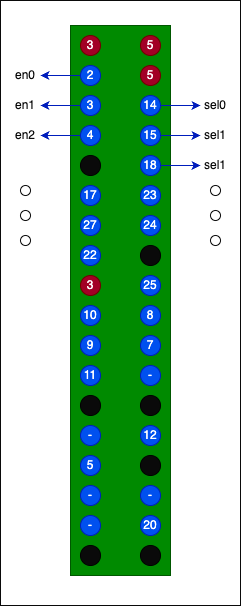
jesseboth/USB-Power-Commander keeps this draw.io diagram as Design/pi-pinout.png. Above is the earlier version. Source tidied: cells renumbered, new cells last; positions are measured from the earlier drawing's top-left corner, leaving out a move shared by most shapes. The source it was exported from:
```xml
<mxGraphModel>
  <root>
    <mxCell id="0" />
    <mxCell id="1" parent="0" />
    <mxCell id="2" style="rounded=0;whiteSpace=wrap;html=1;strokeColor=#0A0A0A;fillColor=#FFFFFF;" parent="1" vertex="1">
      <mxGeometry width="240" height="605" as="geometry" />
    </mxCell>
    <mxCell id="3" style="rounded=0;whiteSpace=wrap;html=1;fillColor=#008a00;fontColor=#ffffff;strokeColor=#005700;" parent="1" vertex="1">
      <mxGeometry x="70" y="25" width="100" height="550" as="geometry" />
    </mxCell>
    <mxCell id="4" value="3" style="ellipse;whiteSpace=wrap;html=1;fillColor=#a20025;fontColor=#ffffff;strokeColor=#6F0000;" parent="1" vertex="1">
      <mxGeometry x="80" y="35" width="20" height="20" as="geometry" />
    </mxCell>
    <mxCell id="5" style="edgeStyle=none;html=1;exitX=0;exitY=0.5;exitDx=0;exitDy=0;fontColor=#0A0A0A;fillColor=#0050ef;strokeColor=#001DBC;" parent="1" edge="1" source="6" target="44">
      <mxGeometry relative="1" as="geometry" />
    </mxCell>
    <mxCell id="6" value="2" style="ellipse;whiteSpace=wrap;html=1;fillColor=#0050ef;fontColor=#ffffff;strokeColor=#001DBC;" parent="1" vertex="1">
      <mxGeometry x="80" y="65" width="20" height="20" as="geometry" />
    </mxCell>
    <mxCell id="7" style="edgeStyle=none;html=1;entryX=1;entryY=0.5;entryDx=0;entryDy=0;fontColor=#0A0A0A;fillColor=#0050ef;strokeColor=#001DBC;" parent="1" edge="1" source="8" target="48">
      <mxGeometry relative="1" as="geometry" />
    </mxCell>
    <mxCell id="8" value="4" style="ellipse;whiteSpace=wrap;html=1;fillColor=#0050ef;fontColor=#ffffff;strokeColor=#001DBC;" parent="1" vertex="1">
      <mxGeometry x="80" y="125" width="20" height="20" as="geometry" />
    </mxCell>
    <mxCell id="9" style="ellipse;whiteSpace=wrap;html=1;fillColor=#0A0A0A;" parent="1" vertex="1">
      <mxGeometry x="80" y="155" width="20" height="20" as="geometry" />
    </mxCell>
    <mxCell id="10" value="17" style="ellipse;whiteSpace=wrap;html=1;fillColor=#0050ef;fontColor=#ffffff;strokeColor=#001DBC;" parent="1" vertex="1">
      <mxGeometry x="80" y="185" width="20" height="20" as="geometry" />
    </mxCell>
    <mxCell id="11" value="27" style="ellipse;whiteSpace=wrap;html=1;fillColor=#0050ef;fontColor=#ffffff;strokeColor=#001DBC;" parent="1" vertex="1">
      <mxGeometry x="80" y="215" width="20" height="20" as="geometry" />
    </mxCell>
    <mxCell id="12" value="22" style="ellipse;whiteSpace=wrap;html=1;fillColor=#0050ef;fontColor=#ffffff;strokeColor=#001DBC;" parent="1" vertex="1">
      <mxGeometry x="80" y="245" width="20" height="20" as="geometry" />
    </mxCell>
    <mxCell id="13" value="3" style="ellipse;whiteSpace=wrap;html=1;fillColor=#a20025;fontColor=#ffffff;strokeColor=#6F0000;" parent="1" vertex="1">
      <mxGeometry x="80" y="275" width="20" height="20" as="geometry" />
    </mxCell>
    <mxCell id="14" value="10" style="ellipse;whiteSpace=wrap;html=1;fillColor=#0050ef;fontColor=#ffffff;strokeColor=#001DBC;" parent="1" vertex="1">
      <mxGeometry x="80" y="305" width="20" height="20" as="geometry" />
    </mxCell>
    <mxCell id="15" value="9" style="ellipse;whiteSpace=wrap;html=1;fillColor=#0050ef;fontColor=#ffffff;strokeColor=#001DBC;" parent="1" vertex="1">
      <mxGeometry x="80" y="335" width="20" height="20" as="geometry" />
    </mxCell>
    <mxCell id="16" value="11" style="ellipse;whiteSpace=wrap;html=1;fillColor=#0050ef;fontColor=#ffffff;strokeColor=#001DBC;" parent="1" vertex="1">
      <mxGeometry x="80" y="365" width="20" height="20" as="geometry" />
    </mxCell>
    <mxCell id="17" style="ellipse;whiteSpace=wrap;html=1;fillColor=#0A0A0A;" parent="1" vertex="1">
      <mxGeometry x="80" y="395" width="20" height="20" as="geometry" />
    </mxCell>
    <mxCell id="18" value="-" style="ellipse;whiteSpace=wrap;html=1;fillColor=#0050ef;fontColor=#ffffff;strokeColor=#001DBC;" parent="1" vertex="1">
      <mxGeometry x="80" y="425" width="20" height="20" as="geometry" />
    </mxCell>
    <mxCell id="19" value="5" style="ellipse;whiteSpace=wrap;html=1;fillColor=#0050ef;fontColor=#ffffff;strokeColor=#001DBC;" parent="1" vertex="1">
      <mxGeometry x="80" y="455" width="20" height="20" as="geometry" />
    </mxCell>
    <mxCell id="20" value="-" style="ellipse;whiteSpace=wrap;html=1;fillColor=#0050ef;fontColor=#ffffff;strokeColor=#001DBC;" parent="1" vertex="1">
      <mxGeometry x="80" y="485" width="20" height="20" as="geometry" />
    </mxCell>
    <mxCell id="21" value="-" style="ellipse;whiteSpace=wrap;html=1;fillColor=#0050ef;fontColor=#ffffff;strokeColor=#001DBC;" parent="1" vertex="1">
      <mxGeometry x="80" y="515" width="20" height="20" as="geometry" />
    </mxCell>
    <mxCell id="22" style="ellipse;whiteSpace=wrap;html=1;fillColor=#0A0A0A;" parent="1" vertex="1">
      <mxGeometry x="80" y="545" width="20" height="20" as="geometry" />
    </mxCell>
    <mxCell id="23" value="5" style="ellipse;whiteSpace=wrap;html=1;fillColor=#a20025;fontColor=#ffffff;strokeColor=#6F0000;" parent="1" vertex="1">
      <mxGeometry x="140" y="35" width="20" height="20" as="geometry" />
    </mxCell>
    <mxCell id="24" style="edgeStyle=none;html=1;entryX=0;entryY=0.5;entryDx=0;entryDy=0;labelBackgroundColor=#41384d;fillColor=#0050ef;strokeColor=#001DBC;" parent="1" edge="1" source="25" target="45">
      <mxGeometry relative="1" as="geometry" />
    </mxCell>
    <mxCell id="25" value="14" style="ellipse;whiteSpace=wrap;html=1;fillColor=#0050ef;fontColor=#ffffff;strokeColor=#001DBC;" parent="1" vertex="1">
      <mxGeometry x="140" y="95" width="20" height="20" as="geometry" />
    </mxCell>
    <mxCell id="26" style="edgeStyle=none;html=1;entryX=0;entryY=0.5;entryDx=0;entryDy=0;fillColor=#0050ef;strokeColor=#001DBC;" parent="1" edge="1" source="27" target="47">
      <mxGeometry relative="1" as="geometry" />
    </mxCell>
    <mxCell id="27" value="15" style="ellipse;whiteSpace=wrap;html=1;fillColor=#0050ef;fontColor=#ffffff;strokeColor=#001DBC;" parent="1" vertex="1">
      <mxGeometry x="140" y="125" width="20" height="20" as="geometry" />
    </mxCell>
    <mxCell id="28" style="edgeStyle=none;html=1;entryX=0;entryY=0.5;entryDx=0;entryDy=0;fillColor=#0050ef;strokeColor=#001DBC;" parent="1" edge="1" source="29" target="49">
      <mxGeometry relative="1" as="geometry" />
    </mxCell>
    <mxCell id="29" value="18" style="ellipse;whiteSpace=wrap;html=1;fillColor=#0050ef;fontColor=#ffffff;strokeColor=#001DBC;" parent="1" vertex="1">
      <mxGeometry x="140" y="155" width="20" height="20" as="geometry" />
    </mxCell>
    <mxCell id="30" value="23" style="ellipse;whiteSpace=wrap;html=1;fillColor=#0050ef;fontColor=#ffffff;strokeColor=#001DBC;" parent="1" vertex="1">
      <mxGeometry x="140" y="185" width="20" height="20" as="geometry" />
    </mxCell>
    <mxCell id="31" value="24" style="ellipse;whiteSpace=wrap;html=1;fillColor=#0050ef;fontColor=#ffffff;strokeColor=#001DBC;" parent="1" vertex="1">
      <mxGeometry x="140" y="215" width="20" height="20" as="geometry" />
    </mxCell>
    <mxCell id="32" style="ellipse;whiteSpace=wrap;html=1;fillColor=#0A0A0A;" parent="1" vertex="1">
      <mxGeometry x="140" y="245" width="20" height="20" as="geometry" />
    </mxCell>
    <mxCell id="33" value="25" style="ellipse;whiteSpace=wrap;html=1;fillColor=#0050ef;fontColor=#ffffff;strokeColor=#001DBC;" parent="1" vertex="1">
      <mxGeometry x="140" y="275" width="20" height="20" as="geometry" />
    </mxCell>
    <mxCell id="34" value="8" style="ellipse;whiteSpace=wrap;html=1;fillColor=#0050ef;fontColor=#ffffff;strokeColor=#001DBC;" parent="1" vertex="1">
      <mxGeometry x="140" y="305" width="20" height="20" as="geometry" />
    </mxCell>
    <mxCell id="35" value="7" style="ellipse;whiteSpace=wrap;html=1;fillColor=#0050ef;fontColor=#ffffff;strokeColor=#001DBC;" parent="1" vertex="1">
      <mxGeometry x="140" y="335" width="20" height="20" as="geometry" />
    </mxCell>
    <mxCell id="36" value="-" style="ellipse;whiteSpace=wrap;html=1;fillColor=#0050ef;fontColor=#ffffff;strokeColor=#001DBC;" parent="1" vertex="1">
      <mxGeometry x="140" y="365" width="20" height="20" as="geometry" />
    </mxCell>
    <mxCell id="37" style="ellipse;whiteSpace=wrap;html=1;fillColor=#0A0A0A;" parent="1" vertex="1">
      <mxGeometry x="140" y="395" width="20" height="20" as="geometry" />
    </mxCell>
    <mxCell id="38" value="12" style="ellipse;whiteSpace=wrap;html=1;fillColor=#0050ef;fontColor=#ffffff;strokeColor=#001DBC;" parent="1" vertex="1">
      <mxGeometry x="140" y="425" width="20" height="20" as="geometry" />
    </mxCell>
    <mxCell id="39" style="ellipse;whiteSpace=wrap;html=1;fillColor=#0A0A0A;" parent="1" vertex="1">
      <mxGeometry x="140" y="455" width="20" height="20" as="geometry" />
    </mxCell>
    <mxCell id="40" value="-" style="ellipse;whiteSpace=wrap;html=1;fillColor=#0050ef;fontColor=#ffffff;strokeColor=#001DBC;" parent="1" vertex="1">
      <mxGeometry x="140" y="485" width="20" height="20" as="geometry" />
    </mxCell>
    <mxCell id="41" value="20" style="ellipse;whiteSpace=wrap;html=1;fillColor=#0050ef;fontColor=#ffffff;strokeColor=#001DBC;" parent="1" vertex="1">
      <mxGeometry x="140" y="515" width="20" height="20" as="geometry" />
    </mxCell>
    <mxCell id="42" style="ellipse;whiteSpace=wrap;html=1;fillColor=#0A0A0A;" parent="1" vertex="1">
      <mxGeometry x="140" y="545" width="20" height="20" as="geometry" />
    </mxCell>
    <mxCell id="43" value="5" style="ellipse;whiteSpace=wrap;html=1;fillColor=#a20025;fontColor=#ffffff;strokeColor=#6F0000;" parent="1" vertex="1">
      <mxGeometry x="140" y="65" width="20" height="20" as="geometry" />
    </mxCell>
    <mxCell id="44" value="en0" style="text;html=1;align=center;verticalAlign=middle;whiteSpace=wrap;rounded=0;fontColor=#0A0A0A;" parent="1" vertex="1">
      <mxGeometry x="10" y="60" width="30" height="30" as="geometry" />
    </mxCell>
    <mxCell id="45" value="sel0" style="text;html=1;strokeColor=none;fillColor=none;align=center;verticalAlign=middle;whiteSpace=wrap;rounded=0;fontColor=#0A0A0A;" parent="1" vertex="1">
      <mxGeometry x="200" y="90" width="30" height="30" as="geometry" />
    </mxCell>
    <mxCell id="46" value="en1" style="text;html=1;align=center;verticalAlign=middle;whiteSpace=wrap;rounded=0;fontColor=#0A0A0A;" parent="1" vertex="1">
      <mxGeometry x="10" y="90" width="30" height="30" as="geometry" />
    </mxCell>
    <mxCell id="47" value="sel1" style="text;html=1;strokeColor=none;fillColor=none;align=center;verticalAlign=middle;whiteSpace=wrap;rounded=0;fontColor=#0A0A0A;" parent="1" vertex="1">
      <mxGeometry x="200" y="120" width="30" height="30" as="geometry" />
    </mxCell>
    <mxCell id="48" value="en2" style="text;html=1;align=center;verticalAlign=middle;whiteSpace=wrap;rounded=0;fontColor=#0A0A0A;" parent="1" vertex="1">
      <mxGeometry x="10" y="120" width="30" height="30" as="geometry" />
    </mxCell>
    <mxCell id="49" value="sel1" style="text;html=1;strokeColor=none;fillColor=none;align=center;verticalAlign=middle;whiteSpace=wrap;rounded=0;fontColor=#0A0A0A;" parent="1" vertex="1">
      <mxGeometry x="200" y="150" width="30" height="30" as="geometry" />
    </mxCell>
    <mxCell id="50" style="ellipse;whiteSpace=wrap;html=1;strokeColor=#0A0A0A;fillColor=#FFFFFF;" parent="1" vertex="1">
      <mxGeometry x="20" y="185" width="10" height="10" as="geometry" />
    </mxCell>
    <mxCell id="51" style="ellipse;whiteSpace=wrap;html=1;strokeColor=#0A0A0A;fillColor=#FFFFFF;" parent="1" vertex="1">
      <mxGeometry x="20" y="210" width="10" height="10" as="geometry" />
    </mxCell>
    <mxCell id="52" style="ellipse;whiteSpace=wrap;html=1;strokeColor=#0A0A0A;fillColor=#FFFFFF;" parent="1" vertex="1">
      <mxGeometry x="20" y="235" width="10" height="10" as="geometry" />
    </mxCell>
    <mxCell id="53" style="ellipse;whiteSpace=wrap;html=1;fillColor=#FFFFFF;strokeColor=#0A0A0A;" parent="1" vertex="1">
      <mxGeometry x="210" y="185" width="10" height="10" as="geometry" />
    </mxCell>
    <mxCell id="54" style="ellipse;whiteSpace=wrap;html=1;fillColor=#FFFFFF;strokeColor=#0A0A0A;" parent="1" vertex="1">
      <mxGeometry x="210" y="210" width="10" height="10" as="geometry" />
    </mxCell>
    <mxCell id="55" style="ellipse;whiteSpace=wrap;html=1;fillColor=#FFFFFF;strokeColor=#0A0A0A;" parent="1" vertex="1">
      <mxGeometry x="210" y="235" width="10" height="10" as="geometry" />
    </mxCell>
    <mxCell id="56" style="edgeStyle=none;html=1;entryX=1;entryY=0.5;entryDx=0;entryDy=0;fontColor=#0A0A0A;fillColor=#0050ef;strokeColor=#001DBC;" parent="1" edge="1" source="57" target="46">
      <mxGeometry relative="1" as="geometry" />
    </mxCell>
    <mxCell id="57" value="3" style="ellipse;whiteSpace=wrap;html=1;fillColor=#0050ef;fontColor=#ffffff;strokeColor=#001DBC;" parent="1" vertex="1">
      <mxGeometry x="80" y="95" width="20" height="20" as="geometry" />
    </mxCell>
  </root>
</mxGraphModel>
```
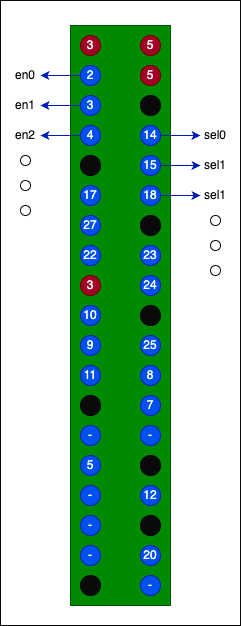
Later version of the same file.

What changed in the source:
```diff
@@ -3,10 +3,10 @@
     <mxCell id="0" />
     <mxCell id="1" parent="0" />
     <mxCell id="2" style="rounded=0;whiteSpace=wrap;html=1;strokeColor=#0A0A0A;fillColor=#FFFFFF;" parent="1" vertex="1">
-      <mxGeometry width="240" height="605" as="geometry" />
+      <mxGeometry width="240" height="625" as="geometry" />
     </mxCell>
     <mxCell id="3" style="rounded=0;whiteSpace=wrap;html=1;fillColor=#008a00;fontColor=#ffffff;strokeColor=#005700;" parent="1" vertex="1">
-      <mxGeometry x="70" y="25" width="100" height="550" as="geometry" />
+      <mxGeometry x="70" y="25" width="100" height="580" as="geometry" />
     </mxCell>
     <mxCell id="4" value="3" style="ellipse;whiteSpace=wrap;html=1;fillColor=#a20025;fontColor=#ffffff;strokeColor=#6F0000;" parent="1" vertex="1">
       <mxGeometry x="80" y="35" width="20" height="20" as="geometry" />
@@ -63,7 +63,7 @@
       <mxGeometry x="80" y="515" width="20" height="20" as="geometry" />
     </mxCell>
     <mxCell id="22" style="ellipse;whiteSpace=wrap;html=1;fillColor=#0A0A0A;" parent="1" vertex="1">
-      <mxGeometry x="80" y="545" width="20" height="20" as="geometry" />
+      <mxGeometry x="80" y="575" width="20" height="20" as="geometry" />
     </mxCell>
     <mxCell id="23" value="5" style="ellipse;whiteSpace=wrap;html=1;fillColor=#a20025;fontColor=#ffffff;strokeColor=#6F0000;" parent="1" vertex="1">
       <mxGeometry x="140" y="35" width="20" height="20" as="geometry" />
@@ -72,59 +72,56 @@
       <mxGeometry relative="1" as="geometry" />
     </mxCell>
     <mxCell id="25" value="14" style="ellipse;whiteSpace=wrap;html=1;fillColor=#0050ef;fontColor=#ffffff;strokeColor=#001DBC;" parent="1" vertex="1">
-      <mxGeometry x="140" y="95" width="20" height="20" as="geometry" />
+      <mxGeometry x="140" y="125" width="20" height="20" as="geometry" />
     </mxCell>
     <mxCell id="26" style="edgeStyle=none;html=1;entryX=0;entryY=0.5;entryDx=0;entryDy=0;fillColor=#0050ef;strokeColor=#001DBC;" parent="1" edge="1" source="27" target="47">
       <mxGeometry relative="1" as="geometry" />
     </mxCell>
     <mxCell id="27" value="15" style="ellipse;whiteSpace=wrap;html=1;fillColor=#0050ef;fontColor=#ffffff;strokeColor=#001DBC;" parent="1" vertex="1">
-      <mxGeometry x="140" y="125" width="20" height="20" as="geometry" />
+      <mxGeometry x="140" y="155" width="20" height="20" as="geometry" />
     </mxCell>
     <mxCell id="28" style="edgeStyle=none;html=1;entryX=0;entryY=0.5;entryDx=0;entryDy=0;fillColor=#0050ef;strokeColor=#001DBC;" parent="1" edge="1" source="29" target="49">
       <mxGeometry relative="1" as="geometry" />
     </mxCell>
     <mxCell id="29" value="18" style="ellipse;whiteSpace=wrap;html=1;fillColor=#0050ef;fontColor=#ffffff;strokeColor=#001DBC;" parent="1" vertex="1">
-      <mxGeometry x="140" y="155" width="20" height="20" as="geometry" />
+      <mxGeometry x="140" y="185" width="20" height="20" as="geometry" />
     </mxCell>
     <mxCell id="30" value="23" style="ellipse;whiteSpace=wrap;html=1;fillColor=#0050ef;fontColor=#ffffff;strokeColor=#001DBC;" parent="1" vertex="1">
-      <mxGeometry x="140" y="185" width="20" height="20" as="geometry" />
+      <mxGeometry x="140" y="245" width="20" height="20" as="geometry" />
     </mxCell>
     <mxCell id="31" value="24" style="ellipse;whiteSpace=wrap;html=1;fillColor=#0050ef;fontColor=#ffffff;strokeColor=#001DBC;" parent="1" vertex="1">
-      <mxGeometry x="140" y="215" width="20" height="20" as="geometry" />
+      <mxGeometry x="140" y="275" width="20" height="20" as="geometry" />
     </mxCell>
     <mxCell id="32" style="ellipse;whiteSpace=wrap;html=1;fillColor=#0A0A0A;" parent="1" vertex="1">
-      <mxGeometry x="140" y="245" width="20" height="20" as="geometry" />
+      <mxGeometry x="140" y="215" width="20" height="20" as="geometry" />
     </mxCell>
     <mxCell id="33" value="25" style="ellipse;whiteSpace=wrap;html=1;fillColor=#0050ef;fontColor=#ffffff;strokeColor=#001DBC;" parent="1" vertex="1">
-      <mxGeometry x="140" y="275" width="20" height="20" as="geometry" />
+      <mxGeometry x="140" y="335" width="20" height="20" as="geometry" />
     </mxCell>
     <mxCell id="34" value="8" style="ellipse;whiteSpace=wrap;html=1;fillColor=#0050ef;fontColor=#ffffff;strokeColor=#001DBC;" parent="1" vertex="1">
-      <mxGeometry x="140" y="305" width="20" height="20" as="geometry" />
+      <mxGeometry x="140" y="365" width="20" height="20" as="geometry" />
     </mxCell>
     <mxCell id="35" value="7" style="ellipse;whiteSpace=wrap;html=1;fillColor=#0050ef;fontColor=#ffffff;strokeColor=#001DBC;" parent="1" vertex="1">
-      <mxGeometry x="140" y="335" width="20" height="20" as="geometry" />
+      <mxGeometry x="140" y="395" width="20" height="20" as="geometry" />
     </mxCell>
     <mxCell id="36" value="-" style="ellipse;whiteSpace=wrap;html=1;fillColor=#0050ef;fontColor=#ffffff;strokeColor=#001DBC;" parent="1" vertex="1">
-      <mxGeometry x="140" y="365" width="20" height="20" as="geometry" />
+      <mxGeometry x="140" y="425" width="20" height="20" as="geometry" />
     </mxCell>
     <mxCell id="37" style="ellipse;whiteSpace=wrap;html=1;fillColor=#0A0A0A;" parent="1" vertex="1">
-      <mxGeometry x="140" y="395" width="20" height="20" as="geometry" />
+      <mxGeometry x="140" y="455" width="20" height="20" as="geometry" />
     </mxCell>
     <mxCell id="38" value="12" style="ellipse;whiteSpace=wrap;html=1;fillColor=#0050ef;fontColor=#ffffff;strokeColor=#001DBC;" parent="1" vertex="1">
-      <mxGeometry x="140" y="425" width="20" height="20" as="geometry" />
+      <mxGeometry x="140" y="485" width="20" height="20" as="geometry" />
     </mxCell>
     <mxCell id="39" style="ellipse;whiteSpace=wrap;html=1;fillColor=#0A0A0A;" parent="1" vertex="1">
-      <mxGeometry x="140" y="455" width="20" height="20" as="geometry" />
+      <mxGeometry x="140" y="515" width="20" height="20" as="geometry" />
     </mxCell>
     <mxCell id="40" value="-" style="ellipse;whiteSpace=wrap;html=1;fillColor=#0050ef;fontColor=#ffffff;strokeColor=#001DBC;" parent="1" vertex="1">
-      <mxGeometry x="140" y="485" width="20" height="20" as="geometry" />
+      <mxGeometry x="140" y="575" width="20" height="20" as="geometry" />
     </mxCell>
     <mxCell id="41" value="20" style="ellipse;whiteSpace=wrap;html=1;fillColor=#0050ef;fontColor=#ffffff;strokeColor=#001DBC;" parent="1" vertex="1">
-      <mxGeometry x="140" y="515" width="20" height="20" as="geometry" />
+      <mxGeometry x="140" y="545" width="20" height="20" as="geometry" />
     </mxCell>
-    <mxCell id="42" style="ellipse;whiteSpace=wrap;html=1;fillColor=#0A0A0A;" parent="1" vertex="1">
-      <mxGeometry x="140" y="545" width="20" height="20" as="geometry" />
-    </mxCell>
     <mxCell id="43" value="5" style="ellipse;whiteSpace=wrap;html=1;fillColor=#a20025;fontColor=#ffffff;strokeColor=#6F0000;" parent="1" vertex="1">
       <mxGeometry x="140" y="65" width="20" height="20" as="geometry" />
     </mxCell>
@@ -132,37 +129,37 @@
       <mxGeometry x="10" y="60" width="30" height="30" as="geometry" />
     </mxCell>
     <mxCell id="45" value="sel0" style="text;html=1;strokeColor=none;fillColor=none;align=center;verticalAlign=middle;whiteSpace=wrap;rounded=0;fontColor=#0A0A0A;" parent="1" vertex="1">
-      <mxGeometry x="200" y="90" width="30" height="30" as="geometry" />
+      <mxGeometry x="200" y="120" width="30" height="30" as="geometry" />
     </mxCell>
     <mxCell id="46" value="en1" style="text;html=1;align=center;verticalAlign=middle;whiteSpace=wrap;rounded=0;fontColor=#0A0A0A;" parent="1" vertex="1">
       <mxGeometry x="10" y="90" width="30" height="30" as="geometry" />
     </mxCell>
     <mxCell id="47" value="sel1" style="text;html=1;strokeColor=none;fillColor=none;align=center;verticalAlign=middle;whiteSpace=wrap;rounded=0;fontColor=#0A0A0A;" parent="1" vertex="1">
-      <mxGeometry x="200" y="120" width="30" height="30" as="geometry" />
+      <mxGeometry x="200" y="150" width="30" height="30" as="geometry" />
     </mxCell>
     <mxCell id="48" value="en2" style="text;html=1;align=center;verticalAlign=middle;whiteSpace=wrap;rounded=0;fontColor=#0A0A0A;" parent="1" vertex="1">
       <mxGeometry x="10" y="120" width="30" height="30" as="geometry" />
     </mxCell>
     <mxCell id="49" value="sel1" style="text;html=1;strokeColor=none;fillColor=none;align=center;verticalAlign=middle;whiteSpace=wrap;rounded=0;fontColor=#0A0A0A;" parent="1" vertex="1">
-      <mxGeometry x="200" y="150" width="30" height="30" as="geometry" />
+      <mxGeometry x="200" y="180" width="30" height="30" as="geometry" />
     </mxCell>
     <mxCell id="50" style="ellipse;whiteSpace=wrap;html=1;strokeColor=#0A0A0A;fillColor=#FFFFFF;" parent="1" vertex="1">
-      <mxGeometry x="20" y="185" width="10" height="10" as="geometry" />
+      <mxGeometry x="20" y="155" width="10" height="10" as="geometry" />
     </mxCell>
     <mxCell id="51" style="ellipse;whiteSpace=wrap;html=1;strokeColor=#0A0A0A;fillColor=#FFFFFF;" parent="1" vertex="1">
-      <mxGeometry x="20" y="210" width="10" height="10" as="geometry" />
+      <mxGeometry x="20" y="180" width="10" height="10" as="geometry" />
     </mxCell>
     <mxCell id="52" style="ellipse;whiteSpace=wrap;html=1;strokeColor=#0A0A0A;fillColor=#FFFFFF;" parent="1" vertex="1">
-      <mxGeometry x="20" y="235" width="10" height="10" as="geometry" />
+      <mxGeometry x="20" y="205" width="10" height="10" as="geometry" />
     </mxCell>
     <mxCell id="53" style="ellipse;whiteSpace=wrap;html=1;fillColor=#FFFFFF;strokeColor=#0A0A0A;" parent="1" vertex="1">
-      <mxGeometry x="210" y="185" width="10" height="10" as="geometry" />
+      <mxGeometry x="210" y="215" width="10" height="10" as="geometry" />
     </mxCell>
     <mxCell id="54" style="ellipse;whiteSpace=wrap;html=1;fillColor=#FFFFFF;strokeColor=#0A0A0A;" parent="1" vertex="1">
-      <mxGeometry x="210" y="210" width="10" height="10" as="geometry" />
+      <mxGeometry x="210" y="240" width="10" height="10" as="geometry" />
     </mxCell>
     <mxCell id="55" style="ellipse;whiteSpace=wrap;html=1;fillColor=#FFFFFF;strokeColor=#0A0A0A;" parent="1" vertex="1">
-      <mxGeometry x="210" y="235" width="10" height="10" as="geometry" />
+      <mxGeometry x="210" y="265" width="10" height="10" as="geometry" />
     </mxCell>
     <mxCell id="56" style="edgeStyle=none;html=1;entryX=1;entryY=0.5;entryDx=0;entryDy=0;fontColor=#0A0A0A;fillColor=#0050ef;strokeColor=#001DBC;" parent="1" edge="1" source="57" target="46">
       <mxGeometry relative="1" as="geometry" />
@@ -170,5 +167,14 @@
     <mxCell id="57" value="3" style="ellipse;whiteSpace=wrap;html=1;fillColor=#0050ef;fontColor=#ffffff;strokeColor=#001DBC;" parent="1" vertex="1">
       <mxGeometry x="80" y="95" width="20" height="20" as="geometry" />
     </mxCell>
+    <mxCell id="58" style="ellipse;whiteSpace=wrap;html=1;fillColor=#0A0A0A;" parent="1" vertex="1">
+      <mxGeometry x="140" y="95" width="20" height="20" as="geometry" />
+    </mxCell>
+    <mxCell id="59" style="ellipse;whiteSpace=wrap;html=1;fillColor=#0A0A0A;" parent="1" vertex="1">
+      <mxGeometry x="140" y="305" width="20" height="20" as="geometry" />
+    </mxCell>
+    <mxCell id="60" value="-" style="ellipse;whiteSpace=wrap;html=1;fillColor=#0050ef;fontColor=#ffffff;strokeColor=#001DBC;" parent="1" vertex="1">
+      <mxGeometry x="80" y="545" width="20" height="20" as="geometry" />
+    </mxCell>
   </root>
 </mxGraphModel>
```
